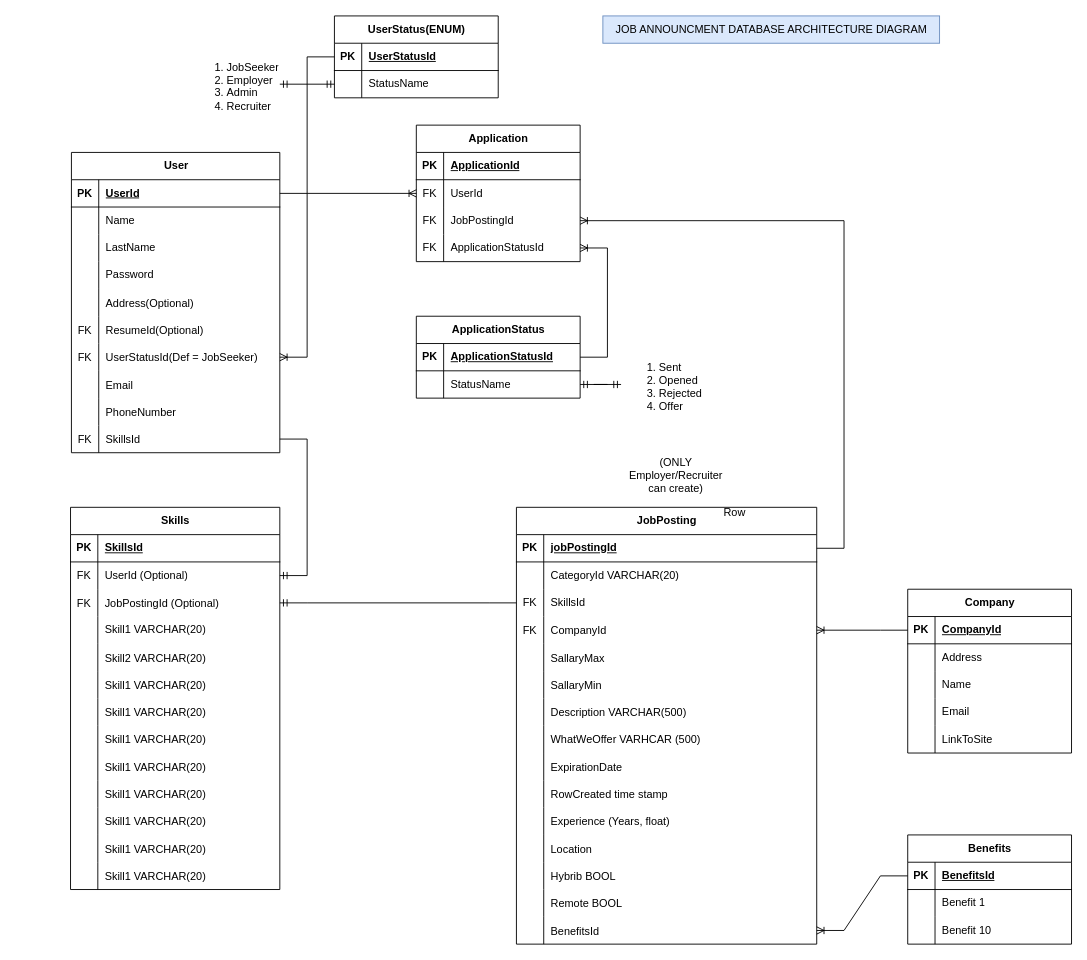
The draw.io diagram Database.drawio in dscsxzzz/JobAnnouncementApp, before the edit. Source tidied: cells renumbered, new cells numbered last; positions are measured from the earlier drawing's top-left corner, leaving out a move shared by most shapes. Both pictures are drawn from the tidied source at 91%, with x=0, y=0 at pixel (70, 15).
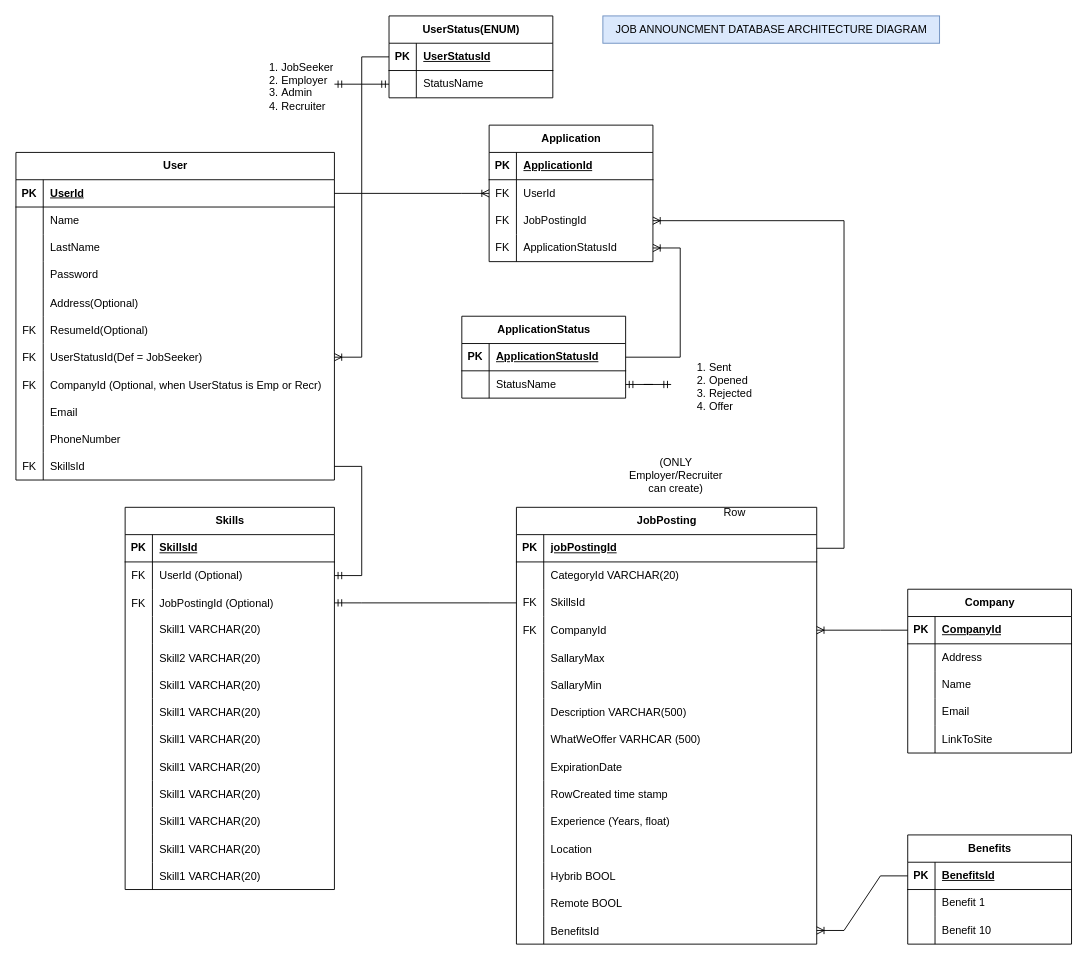
Above is the later version.

Commit message (it also covers changes not shown here):
Added Database Initialization File

The edit, as a diff of the source:
```diff
@@
     <mxCell id="2" value="User" style="shape=table;startSize=30;childLayout=tableLayout;rowLines=0;fontStyle=1;align=center;html=1;" parent="1" vertex="1">
-      <mxGeometry x="1" y="150" width="229" height="330" as="geometry" />
+      <mxGeometry x="-60" y="150" width="350" height="360" as="geometry" />
     </mxCell>
     <mxCell id="3" style="shape=tableRow;horizontal=0;startSize=0;swimlaneHead=0;swimlaneBody=0;fillColor=none;points=[[0,0.5],[1,0.5]];portConstraint=eastwest;top=0;left=0;right=0;bottom=1;" parent="2" vertex="1">
-      <mxGeometry y="30" width="229" height="30" as="geometry" />
+      <mxGeometry y="30" width="350" height="30" as="geometry" />
     </mxCell>
@@
     <mxCell id="5" value="UserId" style="shape=partialRectangle;fillColor=none;top=0;left=0;bottom=0;right=0;align=left;spacingLeft=6;fontStyle=5;overflow=hidden;whiteSpace=wrap;html=1;" parent="3" vertex="1">
-      <mxGeometry x="30" width="199" height="30" as="geometry" />
+      <mxGeometry x="30" width="320" height="30" as="geometry" />
     </mxCell>
     <mxCell id="6" style="shape=tableRow;horizontal=0;startSize=0;swimlaneHead=0;swimlaneBody=0;fillColor=none;top=0;left=0;right=0;bottom=0;" parent="2" vertex="1">
-      <mxGeometry y="60" width="229" height="30" as="geometry" />
+      <mxGeometry y="60" width="350" height="30" as="geometry" />
     </mxCell>
@@
     <mxCell id="8" value="Name" style="shape=partialRectangle;fillColor=none;top=0;left=0;bottom=0;right=0;align=left;spacingLeft=6;overflow=hidden;whiteSpace=wrap;html=1;" parent="6" vertex="1">
-      <mxGeometry x="30" width="199" height="30" as="geometry" />
+      <mxGeometry x="30" width="320" height="30" as="geometry" />
     </mxCell>
     <mxCell id="9" style="shape=tableRow;horizontal=0;startSize=0;swimlaneHead=0;swimlaneBody=0;fillColor=none;top=0;left=0;right=0;bottom=0;" parent="2" vertex="1">
-      <mxGeometry y="90" width="229" height="30" as="geometry" />
+      <mxGeometry y="90" width="350" height="30" as="geometry" />
     </mxCell>
@@
     <mxCell id="11" value="LastName" style="shape=partialRectangle;fillColor=none;top=0;left=0;bottom=0;right=0;align=left;spacingLeft=6;overflow=hidden;whiteSpace=wrap;html=1;" parent="9" vertex="1">
-      <mxGeometry x="30" width="199" height="30" as="geometry" />
+      <mxGeometry x="30" width="320" height="30" as="geometry" />
     </mxCell>
     <mxCell id="12" style="shape=tableRow;horizontal=0;startSize=0;swimlaneHead=0;swimlaneBody=0;fillColor=none;top=0;left=0;right=0;bottom=0;" parent="2" vertex="1">
-      <mxGeometry y="120" width="229" height="30" as="geometry" />
+      <mxGeometry y="120" width="350" height="30" as="geometry" />
     </mxCell>
@@
     <mxCell id="14" value="Password" style="shape=partialRectangle;fillColor=none;top=0;left=0;bottom=0;right=0;align=left;spacingLeft=6;overflow=hidden;whiteSpace=wrap;html=1;" parent="12" vertex="1">
-      <mxGeometry x="30" width="199" height="30" as="geometry" />
+      <mxGeometry x="30" width="320" height="30" as="geometry" />
     </mxCell>
     <mxCell id="15" style="shape=tableRow;horizontal=0;startSize=0;swimlaneHead=0;swimlaneBody=0;fillColor=none;top=0;left=0;right=0;bottom=0;" parent="2" vertex="1">
-      <mxGeometry y="150" width="229" height="30" as="geometry" />
+      <mxGeometry y="150" width="350" height="30" as="geometry" />
     </mxCell>
@@
     <mxCell id="17" value="Address(Optional)" style="shape=partialRectangle;fillColor=none;top=0;left=0;bottom=0;right=0;align=left;spacingLeft=6;overflow=hidden;" parent="15" vertex="1">
-      <mxGeometry x="30" width="199" height="30" as="geometry" />
+      <mxGeometry x="30" width="320" height="30" as="geometry" />
     </mxCell>
     <mxCell id="18" style="shape=tableRow;horizontal=0;startSize=0;swimlaneHead=0;swimlaneBody=0;fillColor=none;top=0;left=0;right=0;bottom=0;" parent="2" vertex="1">
-      <mxGeometry y="180" width="229" height="30" as="geometry" />
+      <mxGeometry y="180" width="350" height="30" as="geometry" />
     </mxCell>
@@
     <mxCell id="20" value="ResumeId(Optional)" style="shape=partialRectangle;fillColor=none;top=0;left=0;bottom=0;right=0;align=left;spacingLeft=6;overflow=hidden;" parent="18" vertex="1">
-      <mxGeometry x="30" width="199" height="30" as="geometry" />
+      <mxGeometry x="30" width="320" height="30" as="geometry" />
     </mxCell>
     <mxCell id="21" style="shape=tableRow;horizontal=0;startSize=0;swimlaneHead=0;swimlaneBody=0;fillColor=none;points=[[0,0.5],[1,0.5]];portConstraint=eastwest;top=0;left=0;right=0;bottom=0;" parent="2" vertex="1">
-      <mxGeometry y="210" width="229" height="30" as="geometry" />
+      <mxGeometry y="210" width="350" height="30" as="geometry" />
     </mxCell>
@@
     <mxCell id="23" value="UserStatusId(Def = JobSeeker)" style="shape=partialRectangle;fillColor=none;top=0;left=0;bottom=0;right=0;align=left;spacingLeft=6;overflow=hidden;" parent="21" vertex="1">
-      <mxGeometry x="30" width="199" height="30" as="geometry" />
+      <mxGeometry x="30" width="320" height="30" as="geometry" />
     </mxCell>
+    <mxCell id="190" style="shape=tableRow;horizontal=0;startSize=0;swimlaneHead=0;swimlaneBody=0;fillColor=none;top=0;left=0;right=0;bottom=0;" parent="2" vertex="1">
+      <mxGeometry y="240" width="350" height="30" as="geometry" />
+    </mxCell>
+    <mxCell id="191" value="FK" style="shape=partialRectangle;fillColor=none;top=0;left=0;bottom=0;right=0;overflow=hidden;" parent="190" vertex="1">
+      <mxGeometry width="30" height="30" as="geometry" />
+    </mxCell>
+    <mxCell id="192" value="CompanyId (Optional, when UserStatus is Emp or Recr)" style="shape=partialRectangle;fillColor=none;top=0;left=0;bottom=0;right=0;align=left;spacingLeft=6;overflow=hidden;" parent="190" vertex="1">
+      <mxGeometry x="30" width="320" height="30" as="geometry" />
+    </mxCell>
     <mxCell id="24" style="shape=tableRow;horizontal=0;startSize=0;swimlaneHead=0;swimlaneBody=0;fillColor=none;top=0;left=0;right=0;bottom=0;" parent="2" vertex="1">
-      <mxGeometry y="240" width="229" height="30" as="geometry" />
+      <mxGeometry y="270" width="350" height="30" as="geometry" />
     </mxCell>
@@
     <mxCell id="26" value="Email" style="shape=partialRectangle;fillColor=none;top=0;left=0;bottom=0;right=0;align=left;spacingLeft=6;overflow=hidden;" parent="24" vertex="1">
-      <mxGeometry x="30" width="199" height="30" as="geometry" />
+      <mxGeometry x="30" width="320" height="30" as="geometry" />
     </mxCell>
     <mxCell id="27" style="shape=tableRow;horizontal=0;startSize=0;swimlaneHead=0;swimlaneBody=0;fillColor=none;top=0;left=0;right=0;bottom=0;" parent="2" vertex="1">
-      <mxGeometry y="270" width="229" height="30" as="geometry" />
+      <mxGeometry y="300" width="350" height="30" as="geometry" />
     </mxCell>
@@
     <mxCell id="29" value="PhoneNumber" style="shape=partialRectangle;fillColor=none;top=0;left=0;bottom=0;right=0;align=left;spacingLeft=6;overflow=hidden;" parent="27" vertex="1">
-      <mxGeometry x="30" width="199" height="30" as="geometry" />
+      <mxGeometry x="30" width="320" height="30" as="geometry" />
     </mxCell>
     <mxCell id="30" style="shape=tableRow;horizontal=0;startSize=0;swimlaneHead=0;swimlaneBody=0;fillColor=none;points=[[0,0.5],[1,0.5]];portConstraint=eastwest;top=0;left=0;right=0;bottom=0;" parent="2" vertex="1">
-      <mxGeometry y="300" width="229" height="30" as="geometry" />
+      <mxGeometry y="330" width="350" height="30" as="geometry" />
     </mxCell>
@@
     <mxCell id="32" value="SkillsId" style="shape=partialRectangle;fillColor=none;top=0;left=0;bottom=0;right=0;align=left;spacingLeft=6;overflow=hidden;" parent="30" vertex="1">
-      <mxGeometry x="30" width="199" height="30" as="geometry" />
+      <mxGeometry x="30" width="320" height="30" as="geometry" />
     </mxCell>
     <mxCell id="33" value="&lt;ol&gt;&lt;li&gt;JobSeeker&lt;/li&gt;&lt;li&gt;Employer&lt;/li&gt;&lt;li&gt;Admin&lt;/li&gt;&lt;li&gt;Recruiter&lt;/li&gt;&lt;/ol&gt;" style="text;strokeColor=none;fillColor=none;html=1;whiteSpace=wrap;verticalAlign=middle;overflow=hidden;" parent="1" vertex="1">
-      <mxGeometry x="130" y="35" width="100" height="80" as="geometry" />
+      <mxGeometry x="190" y="35" width="100" height="80" as="geometry" />
     </mxCell>
@@
     <mxCell id="35" value="Skills" style="shape=table;startSize=30;childLayout=tableLayout;rowLines=0;fontStyle=1;align=center;html=1;" parent="1" vertex="1">
-      <mxGeometry y="540" width="230" height="420" as="geometry" />
+      <mxGeometry x="60" y="540" width="230" height="420" as="geometry" />
     </mxCell>
@@
     <mxCell id="75" value="UserStatus(ENUM)" style="shape=table;startSize=30;childLayout=tableLayout;rowLines=0;fontStyle=1;align=center;html=1;" parent="1" vertex="1">
-      <mxGeometry x="290" width="180" height="90" as="geometry" />
+      <mxGeometry x="350" width="180" height="90" as="geometry" />
     </mxCell>
@@
     <mxCell id="148" value="Application" style="shape=table;startSize=30;childLayout=tableLayout;rowLines=0;fontStyle=1;align=center;html=1;" parent="1" vertex="1">
-      <mxGeometry x="380" y="120" width="180" height="150" as="geometry" />
+      <mxGeometry x="460" y="120" width="180" height="150" as="geometry" />
     </mxCell>
@@
     <mxCell id="163" value="&lt;ol&gt;&lt;li&gt;Sent&lt;/li&gt;&lt;li&gt;Opened&lt;/li&gt;&lt;li&gt;Rejected&lt;/li&gt;&lt;li&gt;Offer&lt;/li&gt;&lt;/ol&gt;" style="text;strokeColor=none;fillColor=none;html=1;whiteSpace=wrap;verticalAlign=middle;overflow=hidden;" parent="1" vertex="1">
-      <mxGeometry x="605" y="365" width="100" height="80" as="geometry" />
+      <mxGeometry x="660" y="365" width="100" height="80" as="geometry" />
     </mxCell>
     <mxCell id="164" value="ApplicationStatus" style="shape=table;startSize=30;childLayout=tableLayout;rowLines=0;fontStyle=1;align=center;html=1;" parent="1" vertex="1">
-      <mxGeometry x="380" y="330" width="180" height="90" as="geometry" />
+      <mxGeometry x="430" y="330" width="180" height="90" as="geometry" />
     </mxCell>
```
